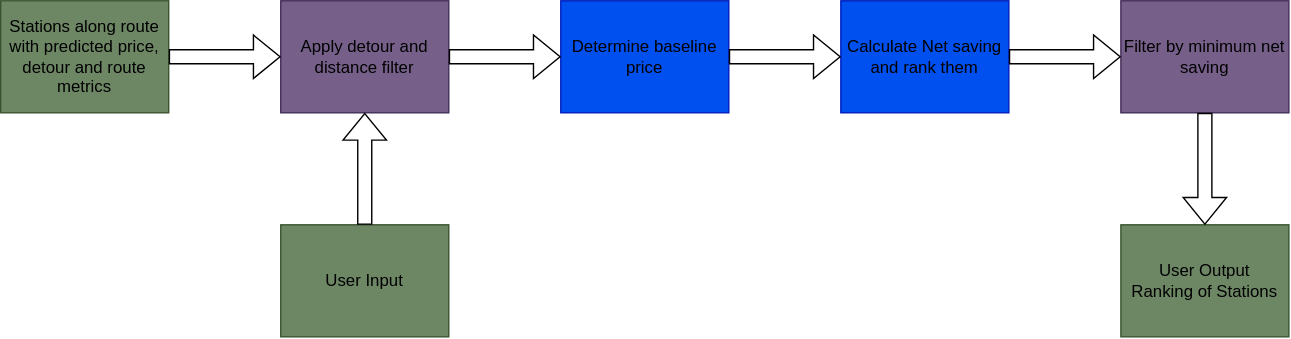
Before: structure_graphs/light_theme_recommender.drawio.svg, a diagram exported from draw.io (momade02/ds_project_main). Source tidied: cells renumbered, new cells last; positions are measured from the earlier drawing's top-left corner, leaving out a move shared by most shapes.
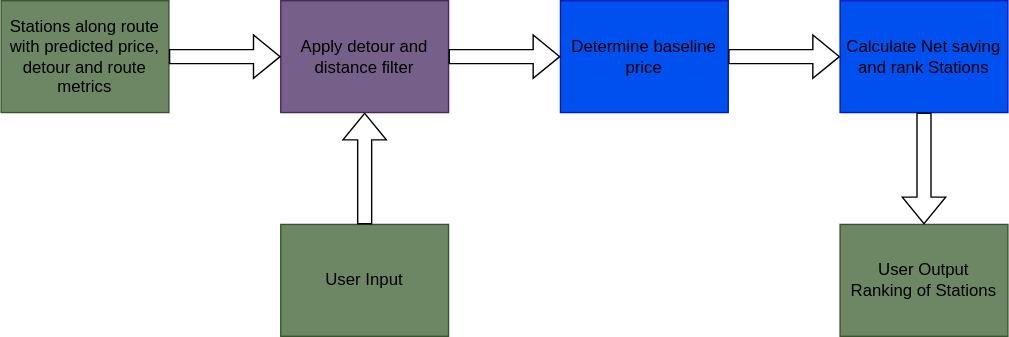
Above is the later version.

Commit message:
Refactor SVG dimensions and positions in dark and light theme recommenders

- Updated positions of rectangles and text elements to align with new dimensions.
- Changed labels from "Calculate Net saving and rank them" to "Calculate Net saving and rank Stations" for clarity.

What changed in the source:
```diff
@@ -12,7 +12,7 @@
       <mxGeometry relative="1" as="geometry" />
     </mxCell>
     <mxCell id="5" value="User Output&lt;br&gt;Ranking of Stations" style="rounded=0;whiteSpace=wrap;html=1;fillColor=#6d8764;strokeColor=#3A5431;fontColor=#000000;" parent="1" vertex="1">
-      <mxGeometry x="800" y="160" width="120" height="80" as="geometry" />
+      <mxGeometry x="600" y="160" width="120" height="80" as="geometry" />
     </mxCell>
     <mxCell id="6" value="Stations along route with predicted price, detour and route metrics" style="rounded=0;whiteSpace=wrap;html=1;fillColor=#6d8764;strokeColor=#3A5431;fontColor=#000000;" parent="1" vertex="1">
       <mxGeometry width="120" height="80" as="geometry" />
@@ -30,20 +30,16 @@
         <mxPoint x="260" y="80" as="targetPoint" />
       </mxGeometry>
     </mxCell>
-    <mxCell id="10" value="Calculate Net saving and rank them" style="rounded=0;whiteSpace=wrap;html=1;fillColor=#0050ef;strokeColor=#001DBC;fontColor=#000000;" parent="1" vertex="1">
+    <mxCell id="10" value="Calculate Net saving and rank Stations" style="rounded=0;whiteSpace=wrap;html=1;fillColor=#0050ef;strokeColor=#001DBC;fontColor=#000000;" parent="1" vertex="1">
       <mxGeometry x="600" width="120" height="80" as="geometry" />
     </mxCell>
     <mxCell id="11" style="shape=flexArrow;endArrow=classic;html=1;rounded=0;entryX=0;entryY=0.5;entryDx=0;entryDy=0;exitX=1;exitY=0.5;exitDx=0;exitDy=0;fillColor=none;fontColor=#000000;strokeColor=#000000;" parent="1" edge="1" source="3" target="10">
       <mxGeometry relative="1" as="geometry" />
     </mxCell>
-    <mxCell id="12" value="Filter by minimum net saving" style="rounded=0;whiteSpace=wrap;html=1;fillColor=#76608a;strokeColor=#432D57;fontColor=#000000;" parent="1" vertex="1">
-      <mxGeometry x="800" width="120" height="80" as="geometry" />
-    </mxCell>
-    <mxCell id="13" style="shape=flexArrow;endArrow=classic;html=1;rounded=0;entryX=0;entryY=0.5;entryDx=0;entryDy=0;exitX=1;exitY=0.5;exitDx=0;exitDy=0;fillColor=none;fontColor=#000000;strokeColor=#000000;" parent="1" edge="1" source="10" target="12">
-      <mxGeometry relative="1" as="geometry" />
-    </mxCell>
-    <mxCell id="14" style="shape=flexArrow;endArrow=classic;html=1;rounded=0;entryX=0.5;entryY=0;entryDx=0;entryDy=0;exitX=0.5;exitY=1;exitDx=0;exitDy=0;fillColor=none;fontColor=#000000;strokeColor=#000000;" parent="1" edge="1" source="12" target="5">
-      <mxGeometry relative="1" as="geometry" />
+    <mxCell id="14" style="shape=flexArrow;endArrow=classic;html=1;rounded=0;entryX=0.5;entryY=0;entryDx=0;entryDy=0;exitX=0.5;exitY=1;exitDx=0;exitDy=0;fillColor=none;fontColor=#000000;strokeColor=#000000;" parent="1" edge="1" target="5">
+      <mxGeometry relative="1" as="geometry">
+        <mxPoint x="660" y="80" as="sourcePoint" />
+      </mxGeometry>
     </mxCell>
   </root>
 </mxGraphModel>
```
